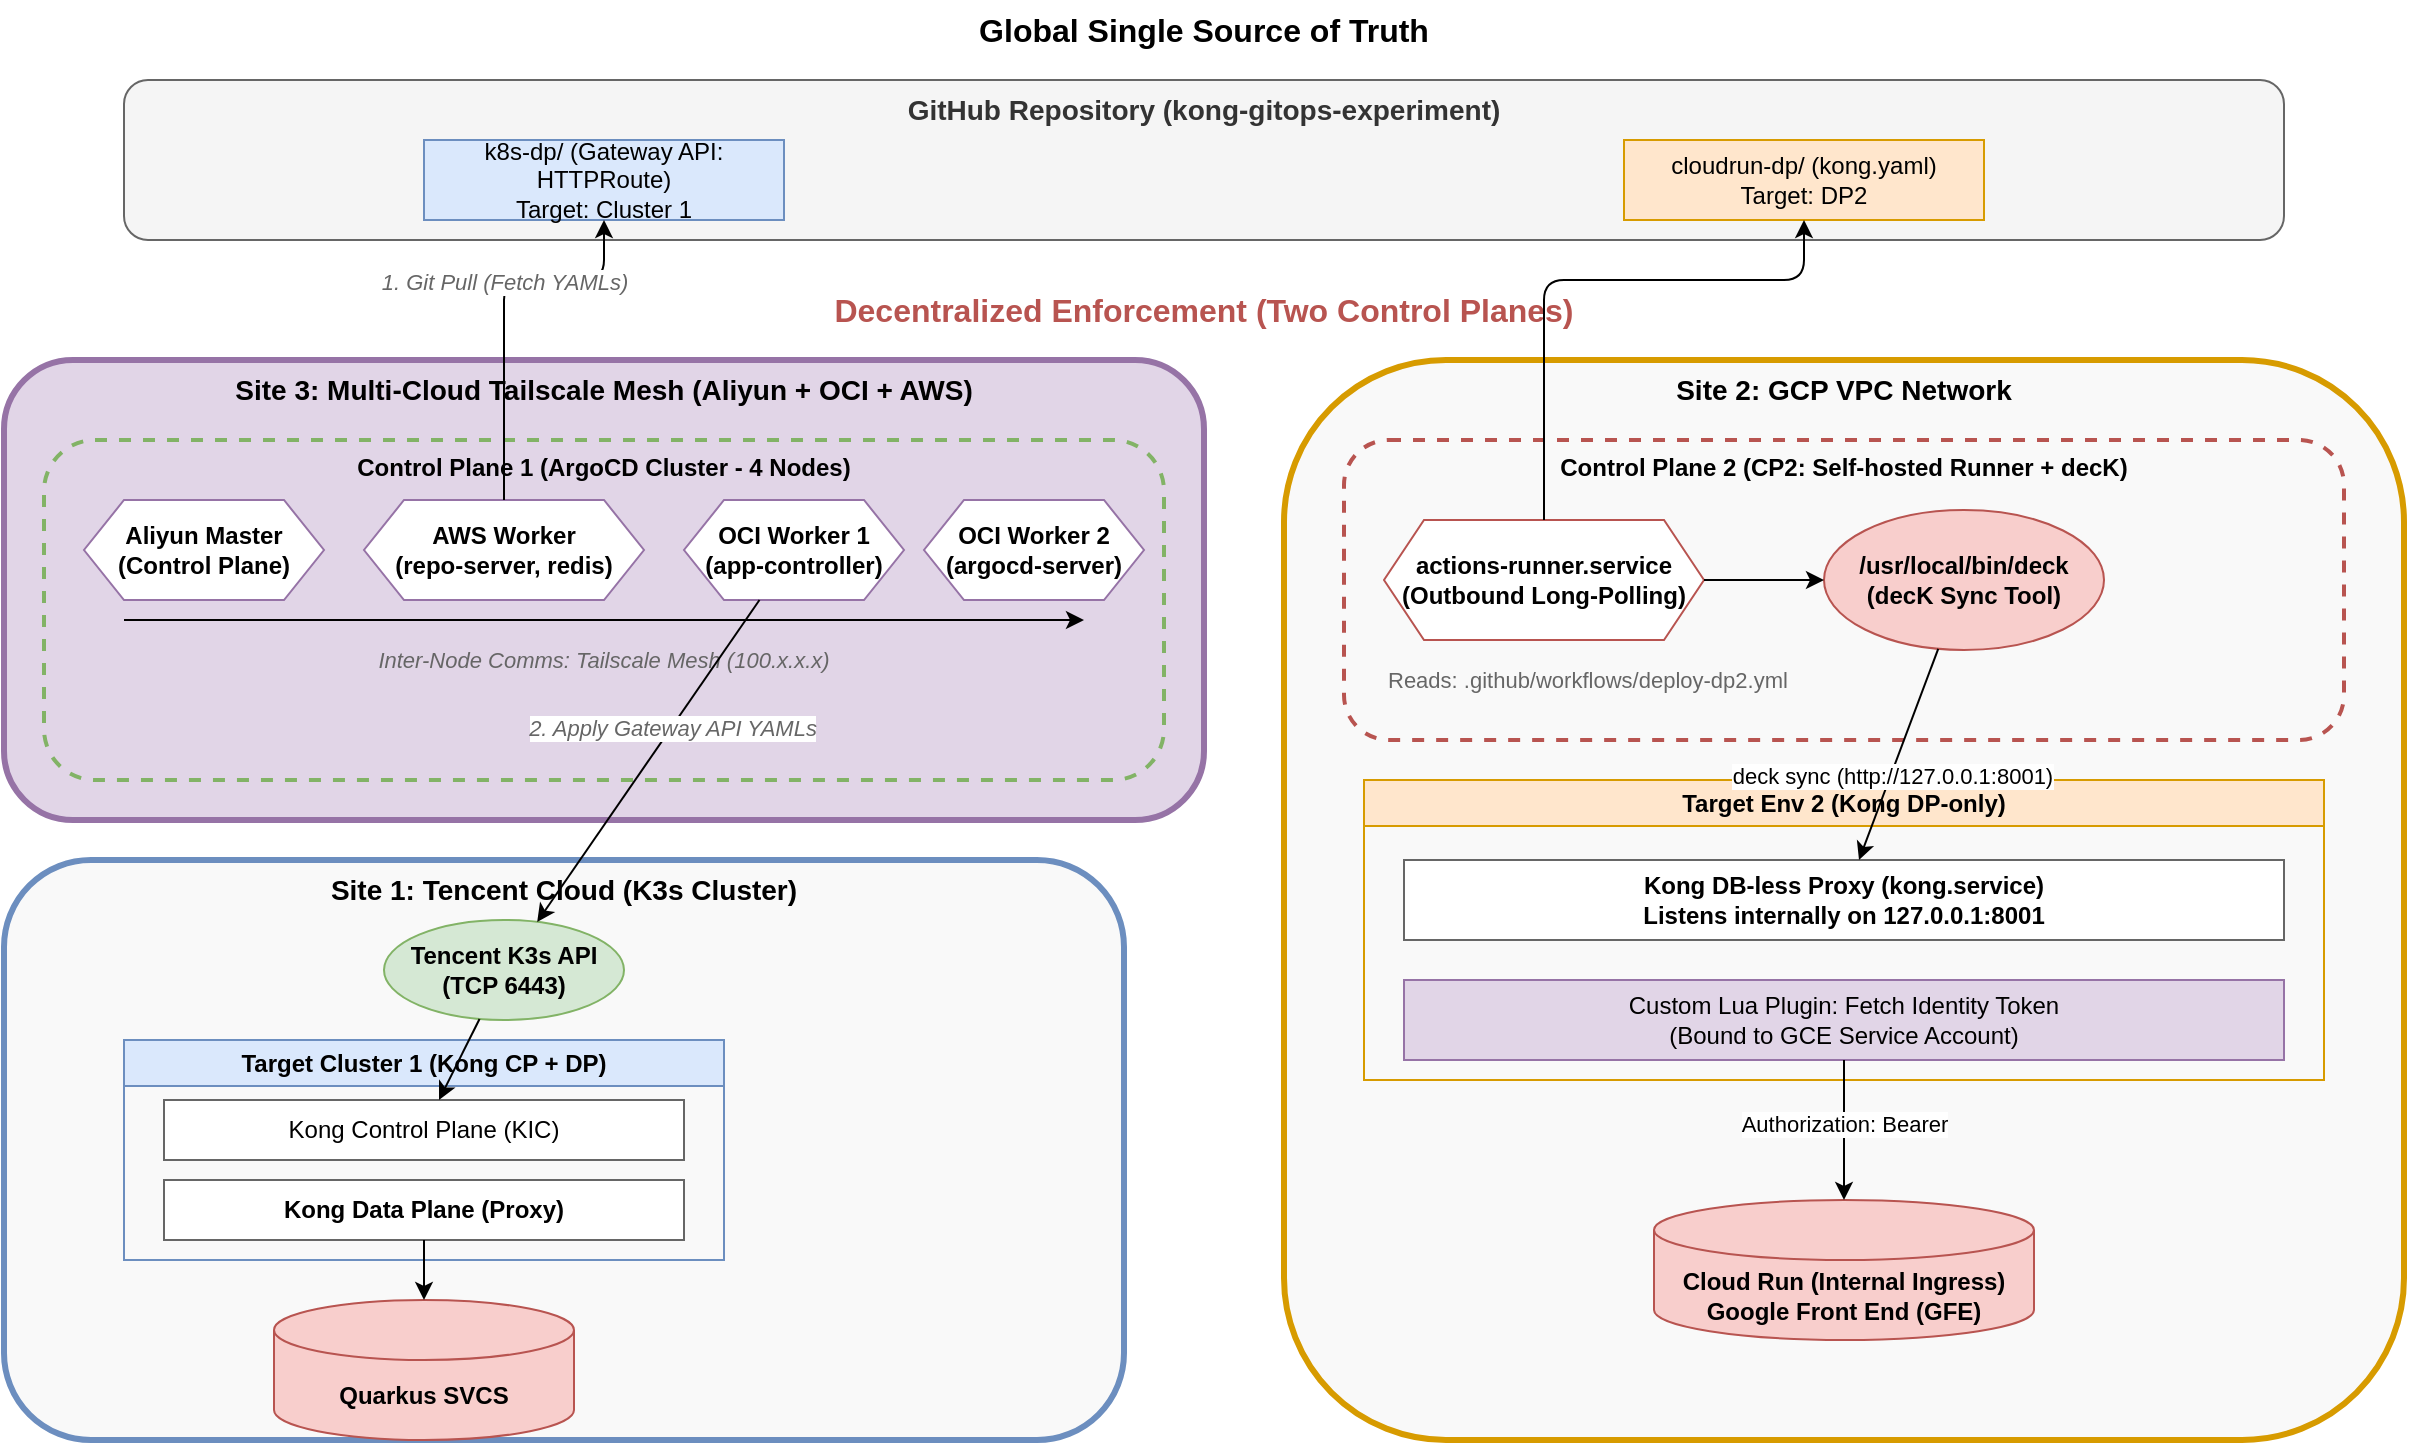
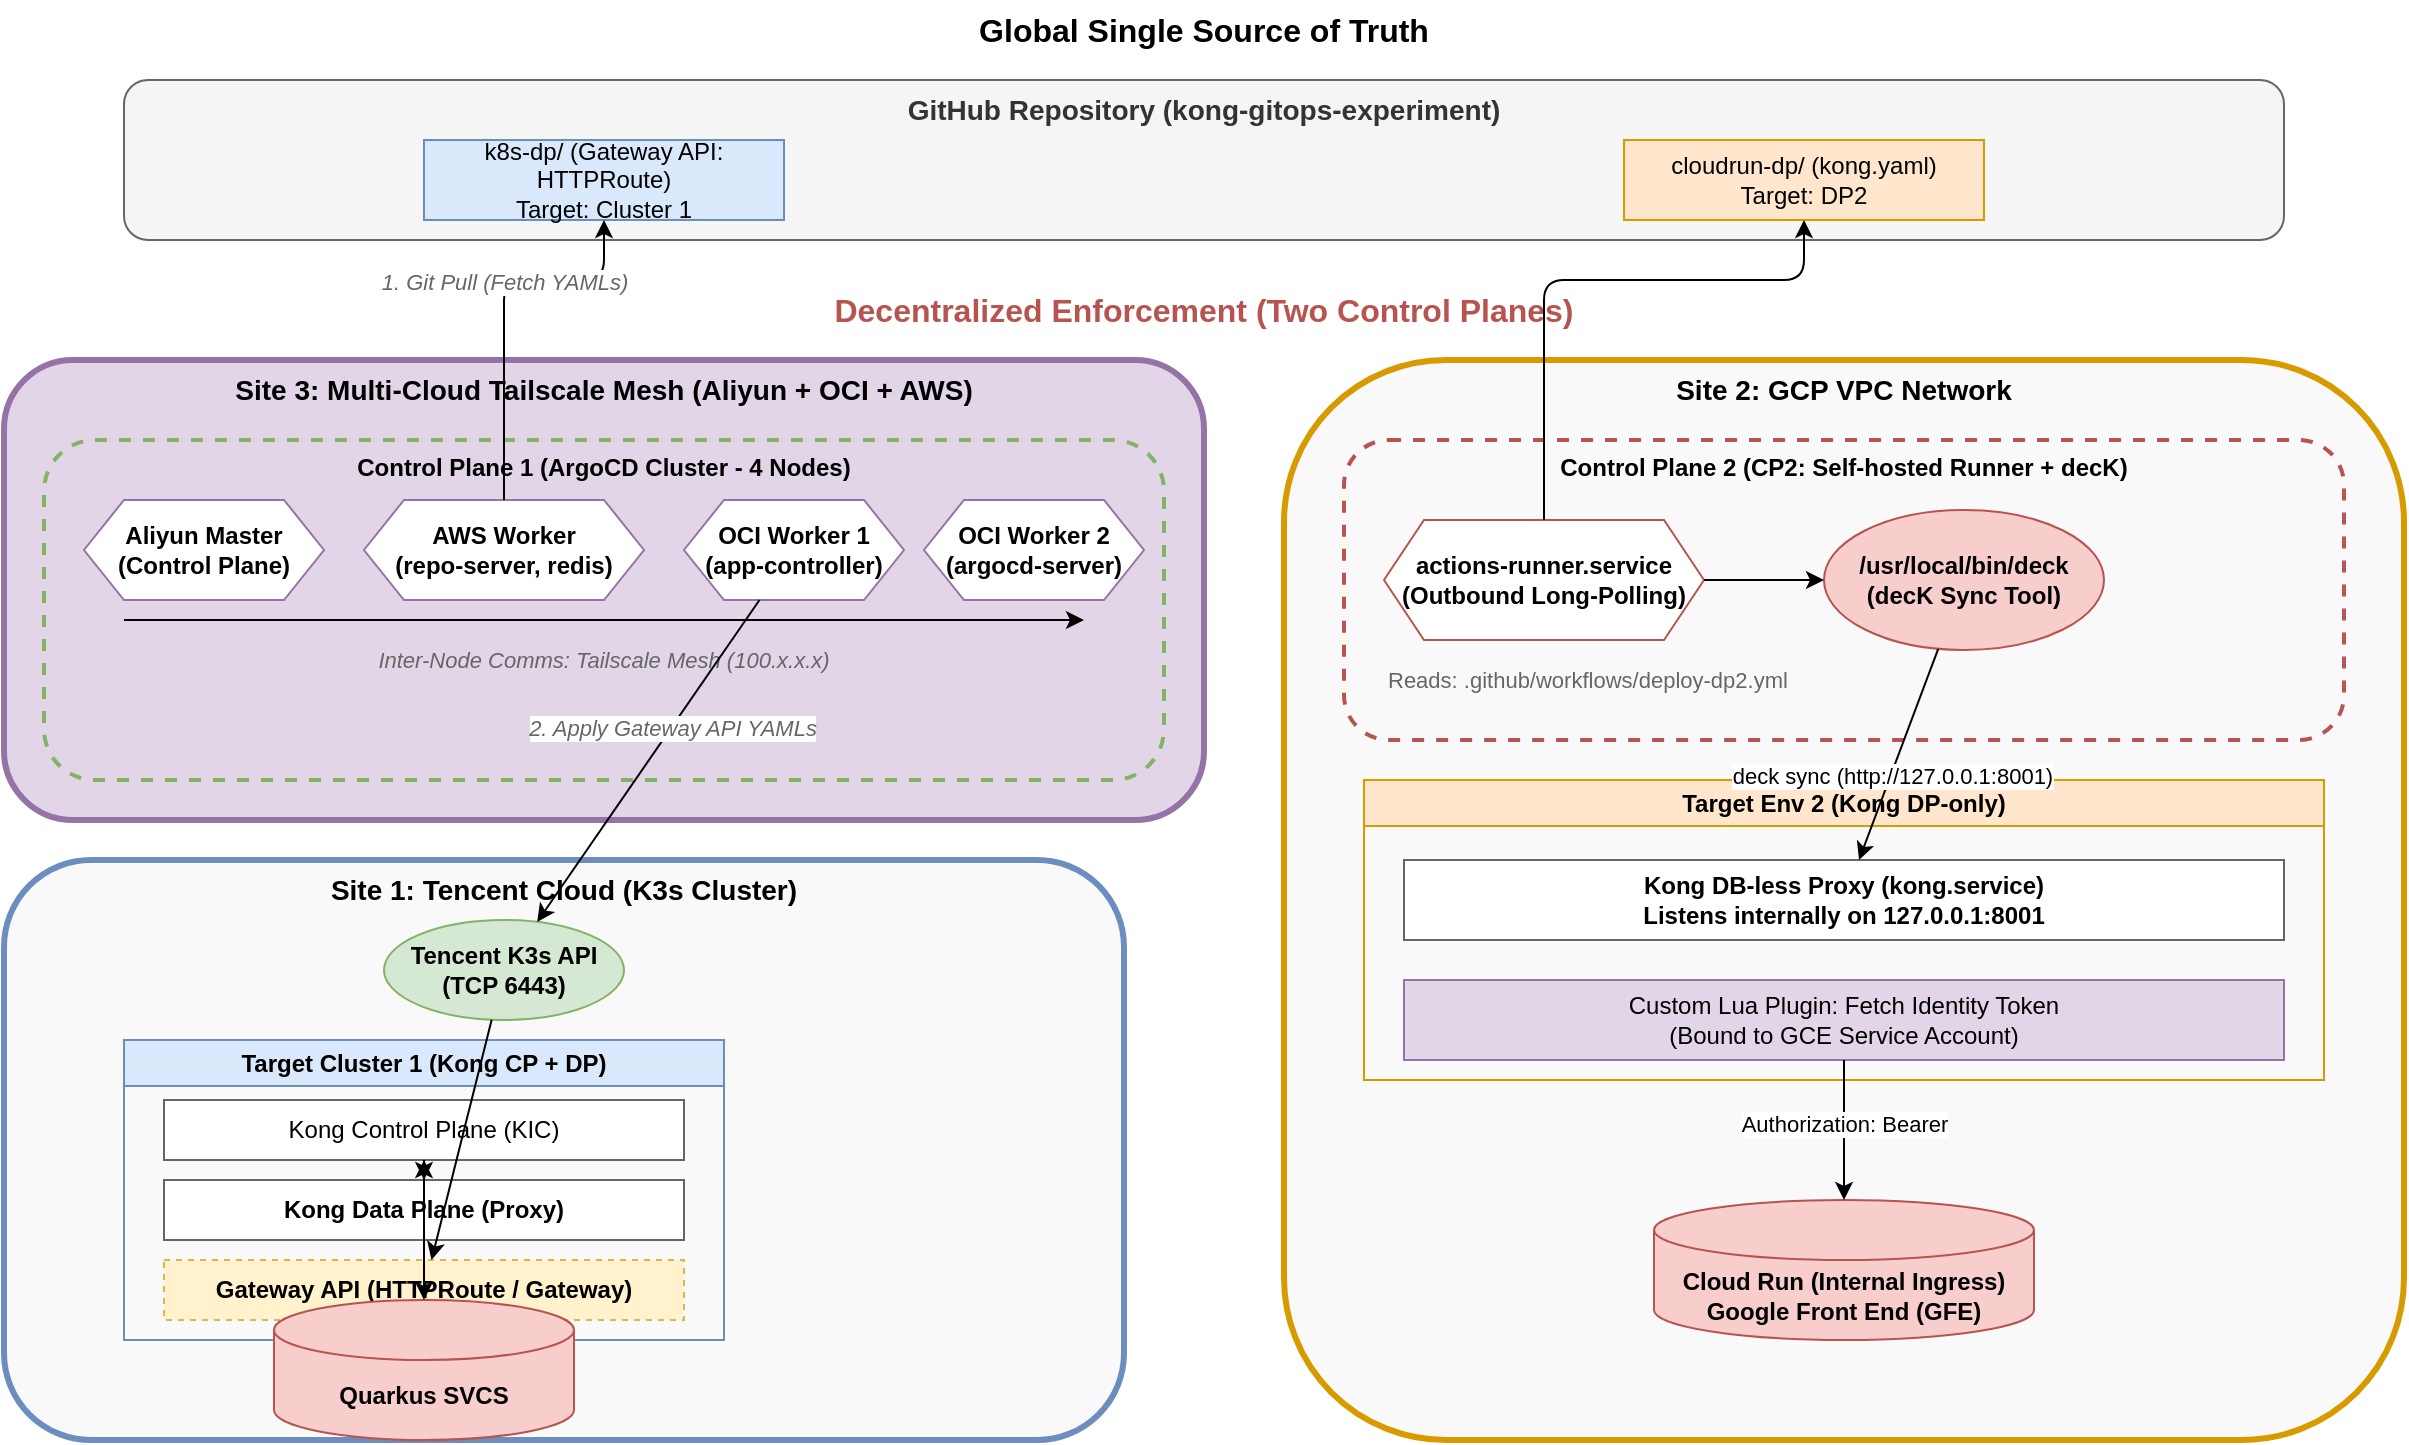
<mxfile host="Electron" modified="2026-06-06T14:45:00.000Z" agent="Mozilla/5.0" version="22.1.2" type="device">
  <diagram id="kong-gitops-cp-details" name="Architecture">
    <mxGraphModel dx="1434" dy="844" grid="1" gridSize="10" guides="1" tooltips="1" connect="1" arrows="1" fold="1" page="1" pageScale="1" pageWidth="1300" pageHeight="900" math="0" shadow="0">
      <root>
        <mxCell id="0" />
        <mxCell id="1" parent="0" />

        <!-- Global Truth -->
        <mxCell id="global_truth" value="Global Single Source of Truth" style="text;html=1;strokeColor=none;fillColor=none;align=center;verticalAlign=middle;whiteSpace=wrap;rounded=0;fontStyle=1;fontSize=16;" vertex="1" parent="1">
          <mxGeometry x="500" y="10" width="280" height="30" as="geometry" />
        </mxCell>

        <!-- GitHub Repo Box -->
        <mxCell id="github_repo" value="GitHub Repository (kong-gitops-experiment)" style="rounded=1;whiteSpace=wrap;html=1;fillColor=#f5f5f5;fontStyle=1;strokeColor=#666666;fontColor=#333333;verticalAlign=top;fontSize=14;" vertex="1" parent="1">
          <mxGeometry x="100" y="50" width="1080" height="80" as="geometry" />
        </mxCell>

        <mxCell id="github_k8s_code" value="k8s-dp/ (Gateway API: HTTPRoute)&#10;Target: Cluster 1" style="rounded=0;whiteSpace=wrap;html=1;fillColor=#dae8fc;strokeColor=#6c8ebf;" vertex="1" parent="1">
          <mxGeometry x="250" y="80" width="180" height="40" as="geometry" />
        </mxCell>

        <mxCell id="github_cr_code" value="cloudrun-dp/ (kong.yaml)&#10;Target: DP2" style="rounded=0;whiteSpace=wrap;html=1;fillColor=#ffe6cc;strokeColor=#d79b00;" vertex="1" parent="1">
          <mxGeometry x="850" y="80" width="180" height="40" as="geometry" />
        </mxCell>

        <!-- Decentralized Control Planes Header -->
        <mxCell id="decentralized_label" value="Decentralized Enforcement (Two Control Planes)" style="text;html=1;strokeColor=none;fillColor=none;align=center;verticalAlign=middle;whiteSpace=wrap;rounded=0;fontStyle=1;fontSize=16;fontColor=#b85450;" vertex="1" parent="1">
          <mxGeometry x="450" y="150" width="380" height="30" as="geometry" />
        </mxCell>

        <!-- Site 3: OCI & Aliyun & AWS -->
        <mxCell id="oci_cloud" value="Site 3: Multi-Cloud Tailscale Mesh (Aliyun + OCI + AWS)" style="rounded=1;whiteSpace=wrap;html=1;fillColor=#e1d5e7;strokeColor=#9673a6;strokeWidth=3;verticalAlign=top;fontStyle=1;fontSize=14;" vertex="1" parent="1">
          <mxGeometry x="40" y="190" width="600" height="230" as="geometry" />
        </mxCell>

        <!-- Site 1: Tencent Cloud -->
        <mxCell id="lan_cluster" value="Site 1: Tencent Cloud (K3s Cluster)" style="rounded=1;whiteSpace=wrap;html=1;fillColor=#f9f9f9;strokeColor=#6c8ebf;strokeWidth=3;verticalAlign=top;fontStyle=1;fontSize=14;" vertex="1" parent="1">
          <mxGeometry x="40" y="440" width="560" height="290" as="geometry" />
        </mxCell>

        <!-- Site 2: GCP -->
        <mxCell id="gcp_vpc" value="Site 2: GCP VPC Network" style="rounded=1;whiteSpace=wrap;html=1;fillColor=#f9f9f9;strokeColor=#d79b00;strokeWidth=3;verticalAlign=top;fontStyle=1;fontSize=14;" vertex="1" parent="1">
          <mxGeometry x="680" y="190" width="560" height="540" as="geometry" />
        </mxCell>

        <!-- CP1 Box (Cross-Cloud) -->
        <mxCell id="cp1_box" value="Control Plane 1 (ArgoCD Cluster - 4 Nodes)" style="rounded=1;whiteSpace=wrap;html=1;fillColor=none;strokeColor=#82b366;strokeWidth=2;dashed=1;verticalAlign=top;fontStyle=1;" vertex="1" parent="1">
          <mxGeometry x="60" y="230" width="560" height="170" as="geometry" />
        </mxCell>

        <mxCell id="cp1_aliyun" value="Aliyun Master&#10;(Control Plane)" style="shape=hexagon;perimeter=hexagonPerimeter2;whiteSpace=wrap;html=1;fixedSize=1;fillColor=#ffffff;strokeColor=#9673a6;fontStyle=1" vertex="1" parent="cp1_box">
          <mxGeometry x="20" y="30" width="120" height="50" as="geometry" />
        </mxCell>

        <mxCell id="cp1_aws" value="AWS Worker&#10;(repo-server, redis)" style="shape=hexagon;perimeter=hexagonPerimeter2;whiteSpace=wrap;html=1;fixedSize=1;fillColor=#ffffff;strokeColor=#9673a6;fontStyle=1" vertex="1" parent="cp1_box">
          <mxGeometry x="160" y="30" width="140" height="50" as="geometry" />
        </mxCell>

        <mxCell id="cp1_oci1" value="OCI Worker 1&#10;(app-controller)" style="shape=hexagon;perimeter=hexagonPerimeter2;whiteSpace=wrap;html=1;fixedSize=1;fillColor=#ffffff;strokeColor=#9673a6;fontStyle=1" vertex="1" parent="cp1_box">
          <mxGeometry x="320" y="30" width="110" height="50" as="geometry" />
        </mxCell>

        <mxCell id="cp1_oci2" value="OCI Worker 2&#10;(argocd-server)" style="shape=hexagon;perimeter=hexagonPerimeter2;whiteSpace=wrap;html=1;fixedSize=1;fillColor=#ffffff;strokeColor=#9673a6;fontStyle=1" vertex="1" parent="cp1_box">
          <mxGeometry x="440" y="30" width="110" height="50" as="geometry" />
        </mxCell>

        <!-- Tailscale Mesh Network inside CP1 -->
        <mxCell id="cp1_tailscale_desc" value="Inter-Node Comms: Tailscale Mesh (100.x.x.x)" style="text;html=1;strokeColor=none;fillColor=none;align=center;verticalAlign=middle;whiteSpace=wrap;rounded=0;fontStyle=2;fontSize=11;fontColor=#666666;" vertex="1" parent="cp1_box">
          <mxGeometry x="130" y="100" width="300" height="20" as="geometry" />
        </mxCell>
        <mxCell id="cp1_tailscale_line" edge="1" parent="cp1_box">
          <mxGeometry width="50" height="50" relative="1" as="geometry">
            <mxPoint x="40" y="90" as="sourcePoint" />
            <mxPoint x="520" y="90" as="targetPoint" />
          </mxGeometry>
        </mxCell>

        <!-- K8s API in Tencent -->
        <mxCell id="tencent_api" value="Tencent K3s API&#10;(TCP 6443)" style="ellipse;whiteSpace=wrap;html=1;fillColor=#d5e8d4;strokeColor=#82b366;fontStyle=1" vertex="1" parent="1">
          <mxGeometry x="230" y="470" width="120" height="50" as="geometry" />
        </mxCell>

        <!-- ArgoCD Application Controller -> Tencent API -->
        <mxCell id="argo_to_tencent" edge="1" parent="1" source="cp1_oci1" target="tencent_api">
          <mxGeometry relative="1" as="geometry" />
        </mxCell>
        <mxCell id="label_argo_sync" value="2. Apply Gateway API YAMLs" style="edgeLabel;html=1;align=center;verticalAlign=middle;resizable=0;points=[];fontColor=#666666;fontStyle=2;backgroundColor=#ffffff;" vertex="1" connectable="0" parent="argo_to_tencent">
          <mxGeometry x="-0.2" relative="1" as="geometry">
            <mxPoint as="offset" />
          </mxGeometry>
        </mxCell>

        <!-- DP1 (Tencent KIC) -->
        <mxCell id="dp1_box" value="Target Cluster 1 (Kong CP + DP)" style="swimlane;whiteSpace=wrap;html=1;fillColor=#dae8fc;strokeColor=#6c8ebf;fontStyle=1" vertex="1" parent="1">
-           <mxGeometry x="100" y="530" width="300" height="110" as="geometry" />
+           <mxGeometry x="100" y="530" width="300" height="150" as="geometry" />
        </mxCell>
        <mxCell id="kic1" value="Kong Control Plane (KIC)" style="rounded=0;whiteSpace=wrap;html=1;fillColor=#ffffff;strokeColor=#666666;" vertex="1" parent="dp1_box">
          <mxGeometry x="20" y="30" width="260" height="30" as="geometry" />
        </mxCell>
-         <mxCell id="proxy1" value="Kong Data Plane (Proxy)" style="rounded=0;whiteSpace=wrap;html=1;fillColor=#ffffff;strokeColor=#666666;fontStyle=1" vertex="1" parent="dp1_box">
+                 <mxCell id="proxy1" value="Kong Data Plane (Proxy)" style="rounded=0;whiteSpace=wrap;html=1;fillColor=#ffffff;strokeColor=#666666;fontStyle=1" vertex="1" parent="dp1_box">
          <mxGeometry x="20" y="70" width="260" height="30" as="geometry" />
        </mxCell>
- 
-         <mxCell id="tencent_api_to_kic" edge="1" parent="1" source="tencent_api" target="kic1">
+         <mxCell id="gw_api" value="Gateway API (HTTPRoute / Gateway)" style="rounded=0;whiteSpace=wrap;html=1;fillColor=#fff2cc;strokeColor=#d6b656;fontStyle=1;dashed=1" vertex="1" parent="dp1_box">
+           <mxGeometry x="20" y="110" width="260" height="30" as="geometry" />
+         </mxCell>
+ 
+         <mxCell id="tencent_api_to_gw" edge="1" parent="1" source="tencent_api" target="gw_api">
+           <mxGeometry relative="1" as="geometry" />
+         </mxCell>
+         <mxCell id="gw_to_kic" edge="1" parent="1" source="gw_api" target="kic1">
+           <mxGeometry relative="1" as="geometry" />
+         </mxCell>
+         <mxCell id="kic_to_proxy" edge="1" parent="1" source="kic1" target="proxy1">
          <mxGeometry relative="1" as="geometry" />
        </mxCell>

        <!-- CP2 Box -->
        <mxCell id="cp2_box" value="Control Plane 2 (CP2: Self-hosted Runner + decK)" style="rounded=1;whiteSpace=wrap;html=1;fillColor=none;strokeColor=#b85450;strokeWidth=2;dashed=1;verticalAlign=top;fontStyle=1;" vertex="1" parent="1">
          <mxGeometry x="710" y="230" width="500" height="150" as="geometry" />
        </mxCell>
        <mxCell id="gh_actions_runner" value="actions-runner.service&#10;(Outbound Long-Polling)" style="shape=hexagon;perimeter=hexagonPerimeter2;whiteSpace=wrap;html=1;fixedSize=1;fillColor=#ffffff;strokeColor=#b85450;fontStyle=1" vertex="1" parent="cp2_box">
          <mxGeometry x="20" y="40" width="160" height="60" as="geometry" />
        </mxCell>
        <mxCell id="deck_tool" value="/usr/local/bin/deck&#10;(decK Sync Tool)" style="ellipse;whiteSpace=wrap;html=1;fillColor=#f8cecc;strokeColor=#b85450;fontStyle=1" vertex="1" parent="cp2_box">
          <mxGeometry x="240" y="35" width="140" height="70" as="geometry" />
        </mxCell>
        <mxCell id="run2deck" edge="1" parent="cp2_box" source="gh_actions_runner" target="deck_tool">
          <mxGeometry relative="1" as="geometry" />
        </mxCell>
        <mxCell id="cp2_desc" value="Reads: .github/workflows/deploy-dp2.yml" style="text;html=1;strokeColor=none;fillColor=none;align=left;verticalAlign=middle;whiteSpace=wrap;rounded=0;fontSize=11;fontColor=#666666;" vertex="1" parent="cp2_box">
          <mxGeometry x="20" y="110" width="250" height="20" as="geometry" />
        </mxCell>

        <!-- DP2 (GCP VM) -->
        <mxCell id="dp2_box" value="Target Env 2 (Kong DP-only)" style="swimlane;whiteSpace=wrap;html=1;fillColor=#ffe6cc;strokeColor=#d79b00;fontStyle=1" vertex="1" parent="1">
          <mxGeometry x="720" y="400" width="480" height="150" as="geometry" />
        </mxCell>
        <mxCell id="vm_kong" value="Kong DB-less Proxy (kong.service)&#10;Listens internally on 127.0.0.1:8001" style="rounded=0;whiteSpace=wrap;html=1;fillColor=#ffffff;strokeColor=#666666;fontStyle=1" vertex="1" parent="dp2_box">
          <mxGeometry x="20" y="40" width="440" height="40" as="geometry" />
        </mxCell>
        <mxCell id="custom_plugin" value="Custom Lua Plugin: Fetch Identity Token&#10;(Bound to GCE Service Account)" style="rounded=0;whiteSpace=wrap;html=1;fillColor=#e1d5e7;strokeColor=#9673a6;fontStyle=0" vertex="1" parent="dp2_box">
          <mxGeometry x="20" y="100" width="440" height="40" as="geometry" />
        </mxCell>

        <!-- Upstreams -->
        <mxCell id="k8s_svc" value="Quarkus SVCS" style="shape=cylinder3;whiteSpace=wrap;html=1;boundedLbl=1;backgroundOutline=1;size=15;fillColor=#f8cecc;strokeColor=#b85450;fontStyle=1" vertex="1" parent="1">
          <mxGeometry x="175" y="660" width="150" height="70" as="geometry" />
        </mxCell>
        <mxCell id="cr_svc" value="Cloud Run (Internal Ingress)&#10;Google Front End (GFE)" style="shape=cylinder3;whiteSpace=wrap;html=1;boundedLbl=1;backgroundOutline=1;size=15;fillColor=#f8cecc;strokeColor=#b85450;fontStyle=1" vertex="1" parent="1">
          <mxGeometry x="865" y="610" width="190" height="70" as="geometry" />
        </mxCell>

        <!-- Connections -->
        <!-- Pulls -->
        <mxCell id="pull1" edge="1" parent="1" source="cp1_aws" target="github_k8s_code">
          <mxGeometry relative="1" as="geometry">
            <Array as="points">
              <mxPoint x="290" y="150" />
              <mxPoint x="340" y="150" />
            </Array>
          </mxGeometry>
        </mxCell>
        <mxCell id="label_pull1" value="1. Git Pull (Fetch YAMLs)" style="edgeLabel;html=1;align=center;verticalAlign=middle;resizable=0;points=[];fontColor=#666666;fontStyle=2;backgroundColor=#ffffff;" vertex="1" connectable="0" parent="pull1">
          <mxGeometry x="0.15" relative="1" as="geometry">
            <mxPoint as="offset" />
          </mxGeometry>
        </mxCell>
        <mxCell id="pull2" edge="1" parent="1" source="gh_actions_runner" target="github_cr_code">
          <mxGeometry relative="1" as="geometry">
            <Array as="points">
              <mxPoint x="810" y="150" />
              <mxPoint x="940" y="150" />
            </Array>
          </mxGeometry>
        </mxCell>

        <!-- decK to VM Admin API -->
        <mxCell id="deck_to_vm" edge="1" parent="1" source="deck_tool" target="vm_kong">
          <mxGeometry relative="1" as="geometry" />
        </mxCell>
        <mxCell id="label_deck" value="deck sync (http://127.0.0.1:8001)" style="edgeLabel;html=1;align=center;verticalAlign=middle;resizable=0;points=[];" vertex="1" connectable="0" parent="deck_to_vm">
          <mxGeometry x="0.2" relative="1" as="geometry">
            <mxPoint as="offset" />
          </mxGeometry>
        </mxCell>

        <!-- Routing -->
        <mxCell id="rt1" edge="1" parent="1" source="proxy1" target="k8s_svc">
          <mxGeometry relative="1" as="geometry" />
        </mxCell>
        <mxCell id="rt2" edge="1" parent="1" source="custom_plugin" target="cr_svc">
          <mxGeometry relative="1" as="geometry" />
        </mxCell>
        <mxCell id="label_auth" value="Authorization: Bearer &lt;ID_TOKEN&gt;" style="edgeLabel;html=1;align=center;verticalAlign=middle;resizable=0;points=[];" vertex="1" connectable="0" parent="rt2">
          <mxGeometry x="-0.1" relative="1" as="geometry">
            <mxPoint as="offset" />
          </mxGeometry>
        </mxCell>

      </root>
    </mxGraphModel>
  </diagram>
</mxfile>
